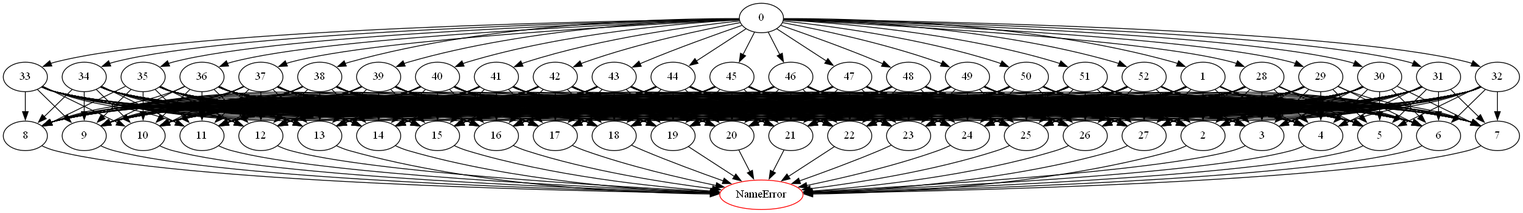
Earlier version of the Graphviz export DomainPicture/dqsh4.designertilestore.comdirected_graph.png (Asikl/MazeMapper). Its source is kept beside it as DomainPicture/dqsh4.designertilestore.comdirected_graph.dot.
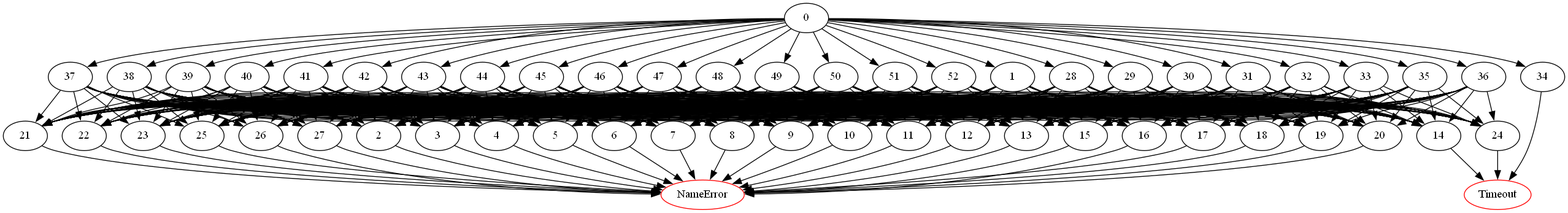
After the commit.

Change to the diagram source:
```diff
@@ -75,8 +75,8 @@
 NameError [color=red];
 	13 -> "NameError";
 NameError [color=red];
-	14 -> "NameError";
-NameError [color=red];
+	14 -> "Timeout";
+Timeout [color=red];
 	15 -> "NameError";
 NameError [color=red];
 	16 -> "NameError";
@@ -95,8 +95,8 @@
 NameError [color=red];
 	23 -> "NameError";
 NameError [color=red];
-	24 -> "NameError";
-NameError [color=red];
+	24 -> "Timeout";
+Timeout [color=red];
 	25 -> "NameError";
 NameError [color=red];
 	26 -> "NameError";
@@ -259,32 +259,8 @@
 	33 -> 25;
 	33 -> 26;
 	33 -> 27;
-	34 -> 2;
-	34 -> 3;
-	34 -> 4;
-	34 -> 5;
-	34 -> 6;
-	34 -> 7;
-	34 -> 8;
-	34 -> 9;
-	34 -> 10;
-	34 -> 11;
-	34 -> 12;
-	34 -> 13;
-	34 -> 14;
-	34 -> 15;
-	34 -> 16;
-	34 -> 17;
-	34 -> 18;
-	34 -> 19;
-	34 -> 20;
-	34 -> 21;
-	34 -> 22;
-	34 -> 23;
-	34 -> 24;
-	34 -> 25;
-	34 -> 26;
-	34 -> 27;
+	34 -> "Timeout";
+Timeout [color=red];
 	35 -> 2;
 	35 -> 3;
 	35 -> 4;
```
